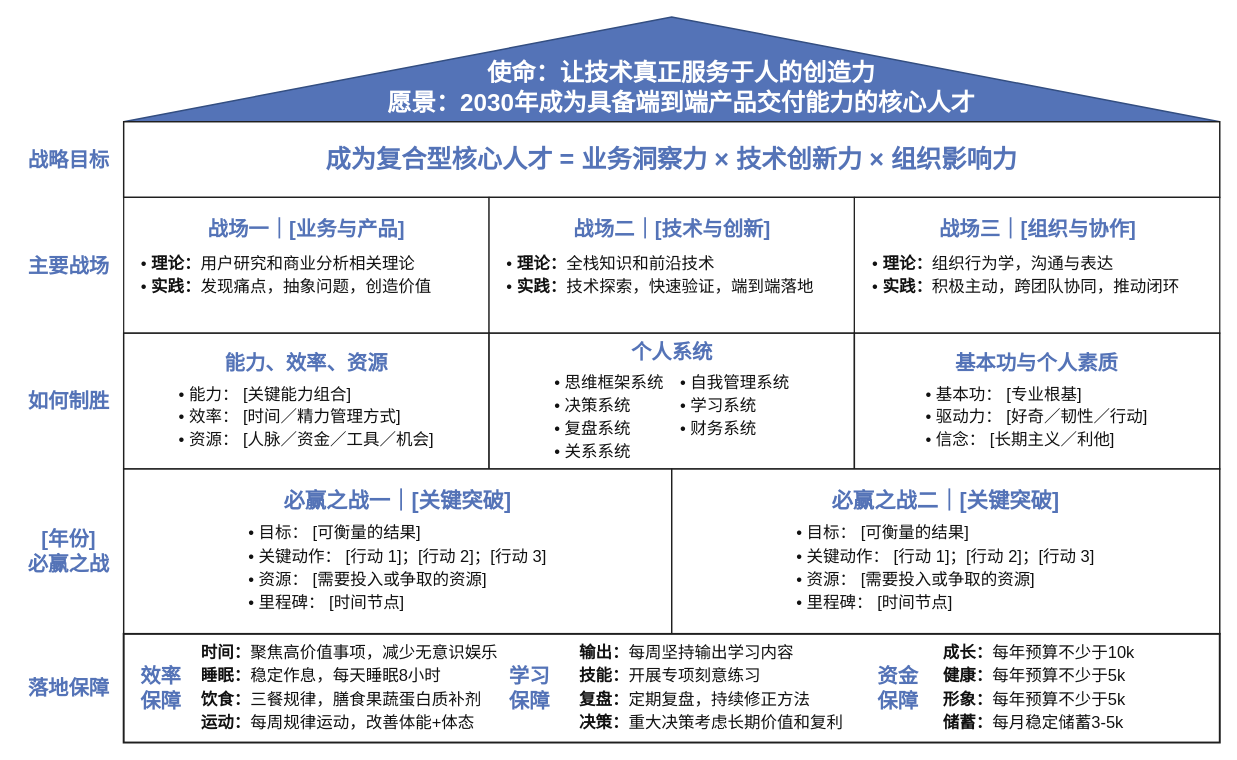
This is 个人战略屋模板.drawio from beauc114514/beauc114514, a draw.io file, before an edit. Source tidied: cells renumbered, new cells numbered last; positions are measured from the earlier drawing's top-left corner, leaving out a move shared by most shapes. Both pictures are drawn from the tidied source at 97%, with x=0, y=0 at pixel (16, 16).
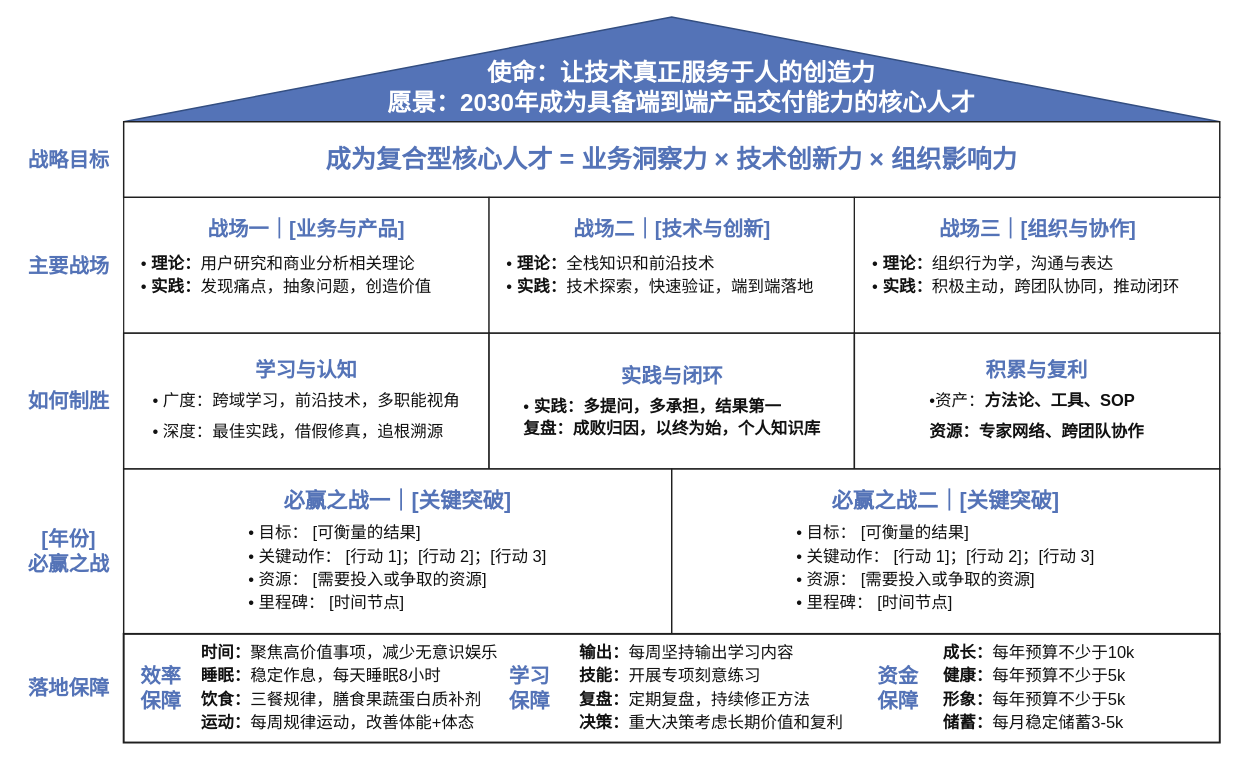
The same diagram, later.

Commit message:
更新个人战略屋模板.drawio

Change to the diagram source:
```diff
@@
-    <mxCell id="16" value="&lt;b style=&quot;font-size:21px;color:#5473B7;&quot;&gt;能力、效率、资源&lt;/b&gt;&lt;div align=&quot;left&quot; style=&quot;font-size:17px;line-height:1.4;margin-top:8px;&quot;&gt;• 能力： [关键能力组合]&lt;br&gt;• 效率： [时间／精力管理方式]&lt;br&gt;• 资源： [人脉／资金／工具／机会]&lt;/div&gt;" style="rounded=0;html=1;whiteSpace=wrap;align=center;verticalAlign=middle;spacing=8;fillColor=#FFFFFF;strokeColor=#1F1F1F;strokeWidth=1.5;fontColor=#111111;fontFamily=PingFang SC;fontSize=17;" parent="1" vertex="1">
+    <mxCell id="16" value="&lt;b style=&quot;font-size: 21px; color: rgb(84, 115, 183);&quot;&gt;学习与认知&lt;/b&gt;&lt;div align=&quot;left&quot; style=&quot;font-size:17px;line-height:1.4;margin-top:8px;&quot;&gt;• 广度：跨域学习，前沿技术，&lt;span style=&quot;background-color: transparent; color: light-dark(rgb(17, 17, 17), rgb(223, 223, 223)); text-align: center;&quot;&gt;多职能视角&lt;/span&gt;&lt;/div&gt;&lt;div align=&quot;left&quot; style=&quot;font-size:17px;line-height:1.4;margin-top:8px;&quot;&gt;&lt;span style=&quot;white-space: nowrap;&quot;&gt;•&amp;nbsp;&lt;/span&gt;&lt;span style=&quot;background-color: transparent; color: light-dark(rgb(17, 17, 17), rgb(223, 223, 223));&quot;&gt;深度：最佳实践，借假修真，追根溯源&lt;/span&gt;&lt;/div&gt;" style="rounded=0;html=1;whiteSpace=wrap;align=center;verticalAlign=middle;spacing=8;fillColor=#FFFFFF;strokeColor=#1F1F1F;strokeWidth=1.5;fontColor=#111111;fontFamily=PingFang SC;fontSize=17;" parent="1" vertex="1">
       <mxGeometry x="110" y="326" width="376.7" height="140" as="geometry" />
     </mxCell>
-    <mxCell id="17" value="&lt;b style=&quot;font-size:21px;color:#5473B7;&quot;&gt;个人系统&lt;/b&gt;&lt;div align=&quot;left&quot; style=&quot;font-size:17px;line-height:1.38;margin-top:8px;&quot;&gt;• 思维框架系统　• 自我管理系统&lt;br&gt;• 决策系统　　　• 学习系统&lt;br&gt;• 复盘系统　　　• 财务系统&lt;br&gt;• 关系系统&lt;/div&gt;" style="rounded=0;html=1;whiteSpace=wrap;align=center;verticalAlign=middle;spacing=8;fillColor=#FFFFFF;strokeColor=#1F1F1F;strokeWidth=1.5;fontColor=#111111;fontFamily=PingFang SC;fontSize=17;" parent="1" vertex="1">
+    <mxCell id="17" value="&lt;b style=&quot;font-size: 21px; color: rgb(84, 115, 183);&quot;&gt;实践与闭环&lt;/b&gt;&lt;div align=&quot;left&quot; style=&quot;line-height: 1.38; margin-top: 8px; font-size: 17px;&quot;&gt;•&amp;nbsp;&lt;strong style=&quot;background-color: transparent; color: light-dark(rgb(17, 17, 17), rgb(223, 223, 223)); text-align: center;&quot;&gt;实践：多提问，多承担，结果第一&lt;/strong&gt;&lt;/div&gt;&lt;strong&gt;复盘：成败归因，以终为始，个人知识库&lt;/strong&gt;" style="rounded=0;html=1;whiteSpace=wrap;align=center;verticalAlign=middle;spacing=8;fillColor=#FFFFFF;strokeColor=#1F1F1F;strokeWidth=1.5;fontColor=#111111;fontFamily=PingFang SC;fontSize=17;" parent="1" vertex="1">
       <mxGeometry x="486.7" y="326" width="376.7" height="140" as="geometry" />
     </mxCell>
-    <mxCell id="18" value="&lt;b style=&quot;font-size:21px;color:#5473B7;&quot;&gt;基本功与个人素质&lt;/b&gt;&lt;div align=&quot;left&quot; style=&quot;font-size:17px;line-height:1.4;margin-top:8px;&quot;&gt;• 基本功： [专业根基]&lt;br&gt;• 驱动力： [好奇／韧性／行动]&lt;br&gt;• 信念： [长期主义／利他]&lt;/div&gt;" style="rounded=0;html=1;whiteSpace=wrap;align=center;verticalAlign=middle;spacing=8;fillColor=#FFFFFF;strokeColor=#1F1F1F;strokeWidth=1.5;fontColor=#111111;fontFamily=PingFang SC;fontSize=17;" parent="1" vertex="1">
+    <mxCell id="18" value="&lt;b style=&quot;font-size: 21px; color: rgb(84, 115, 183);&quot;&gt;积累与复利&lt;/b&gt;&lt;div align=&quot;left&quot; style=&quot;font-size:17px;line-height:1.4;margin-top:8px;&quot;&gt;•资产：&lt;strong style=&quot;background-color: transparent; color: light-dark(rgb(17, 17, 17), rgb(223, 223, 223)); text-align: center;&quot;&gt;方法论、工具、SOP&lt;/strong&gt;&lt;/div&gt;&lt;div align=&quot;left&quot; style=&quot;font-size:17px;line-height:1.4;margin-top:8px;&quot;&gt;&lt;strong style=&quot;background-color: transparent; color: light-dark(rgb(17, 17, 17), rgb(223, 223, 223)); text-align: center;&quot;&gt;资源：专家网络、跨团队协作&lt;/strong&gt;&lt;/div&gt;" style="rounded=0;html=1;whiteSpace=wrap;align=center;verticalAlign=middle;spacing=8;fillColor=#FFFFFF;strokeColor=#1F1F1F;strokeWidth=1.5;fontColor=#111111;fontFamily=PingFang SC;fontSize=17;" parent="1" vertex="1">
       <mxGeometry x="863.3" y="326" width="376.7" height="140" as="geometry" />
     </mxCell>
```
